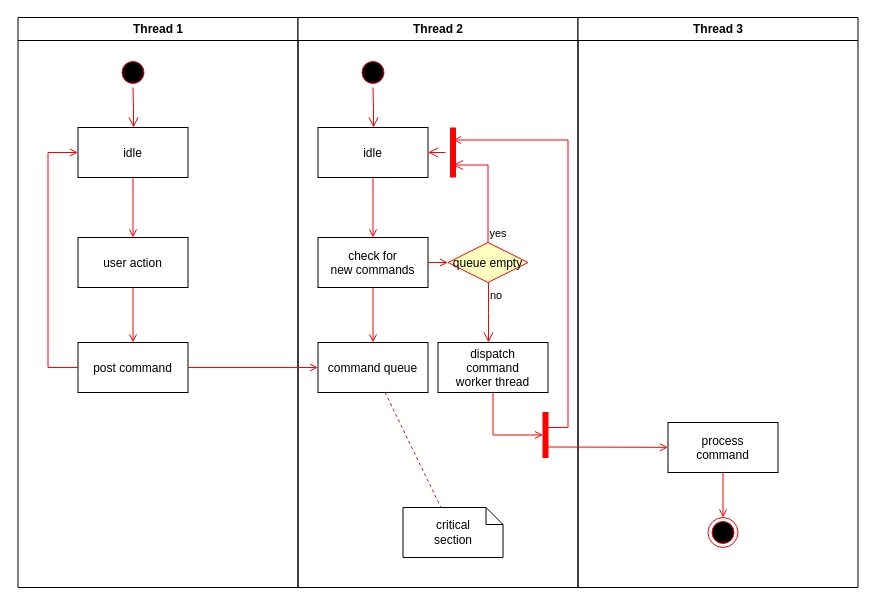
Above: 未命名绘图.drawio in WooJRong/test (draw.io), before the change. Source tidied: cells renumbered, new cells numbered last; positions are measured from the earlier drawing's top-left corner, leaving out a move shared by most shapes. Both pictures are drawn from the tidied source at 100%, with x=0, y=0 at pixel (17, 17).
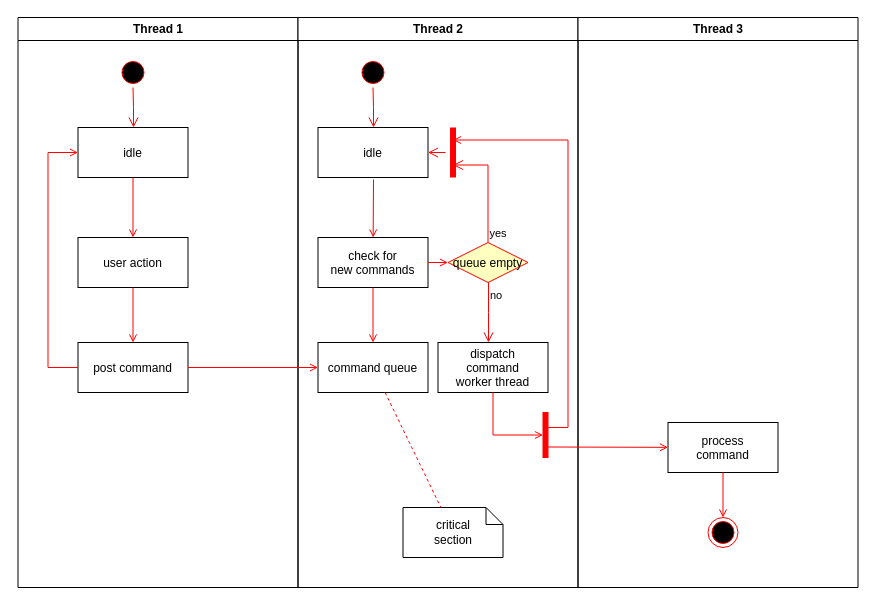
The same diagram, later.

Commit message:
更新未命名绘图.drawio

The change refers to these unchanged cells:
```xml
<mxCell id="11" value="Thread 2" style="swimlane;whiteSpace=wrap;" parent="1" vertex="1">
  <mxGeometry x="280.5" width="280" height="570" as="geometry" />
</mxCell>
<mxCell id="14" value="idle" parent="11" vertex="1">
  <mxGeometry x="20" y="110" width="110" height="50" as="geometry" />
</mxCell>
<mxCell id="15" value="check for &#10;new commands" parent="11" vertex="1">
  <mxGeometry x="20" y="220" width="110" height="50" as="geometry" />
</mxCell>
```

Change to the diagram source:
```diff
@@
-    <mxCell id="16" style="endArrow=open;strokeColor=#FF0000;endFill=1;rounded=0;" parent="11" edge="1" source="14" target="15">
-      <mxGeometry relative="1" as="geometry" />
+    <mxCell id="16" style="endArrow=open;strokeColor=#FF0000;endFill=1;rounded=0;" parent="11" edge="1" target="15">
+      <mxGeometry relative="1" as="geometry">
+        <mxPoint x="75.5" y="162" as="sourcePoint" />
+      </mxGeometry>
     </mxCell>
```
